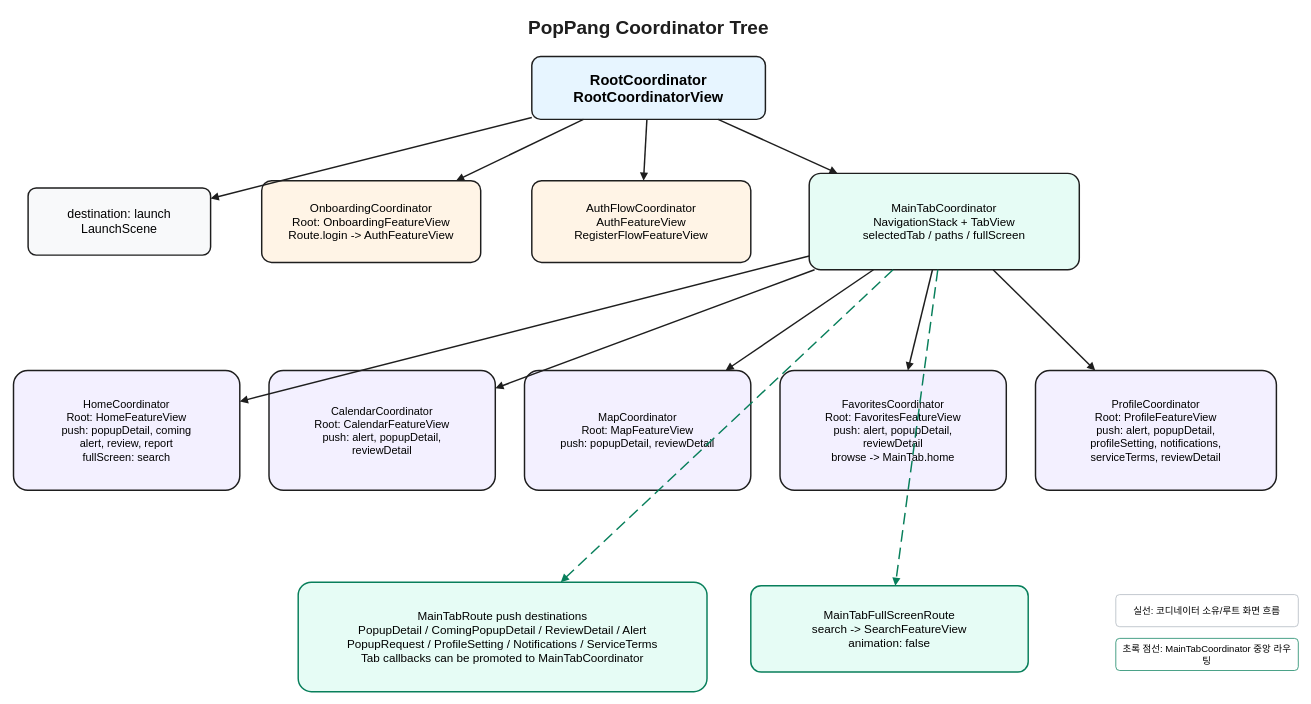
Earlier version of the draw.io diagram CoordinatorTree.drawio (team-PopPang/PopPang-iOS). Source tidied: cells renumbered, new cells numbered last; positions are measured from the earlier drawing's top-left corner, leaving out a move shared by most shapes. Both pictures are drawn from the tidied source at 73%, with x=0, y=0 at pixel (13, 12).
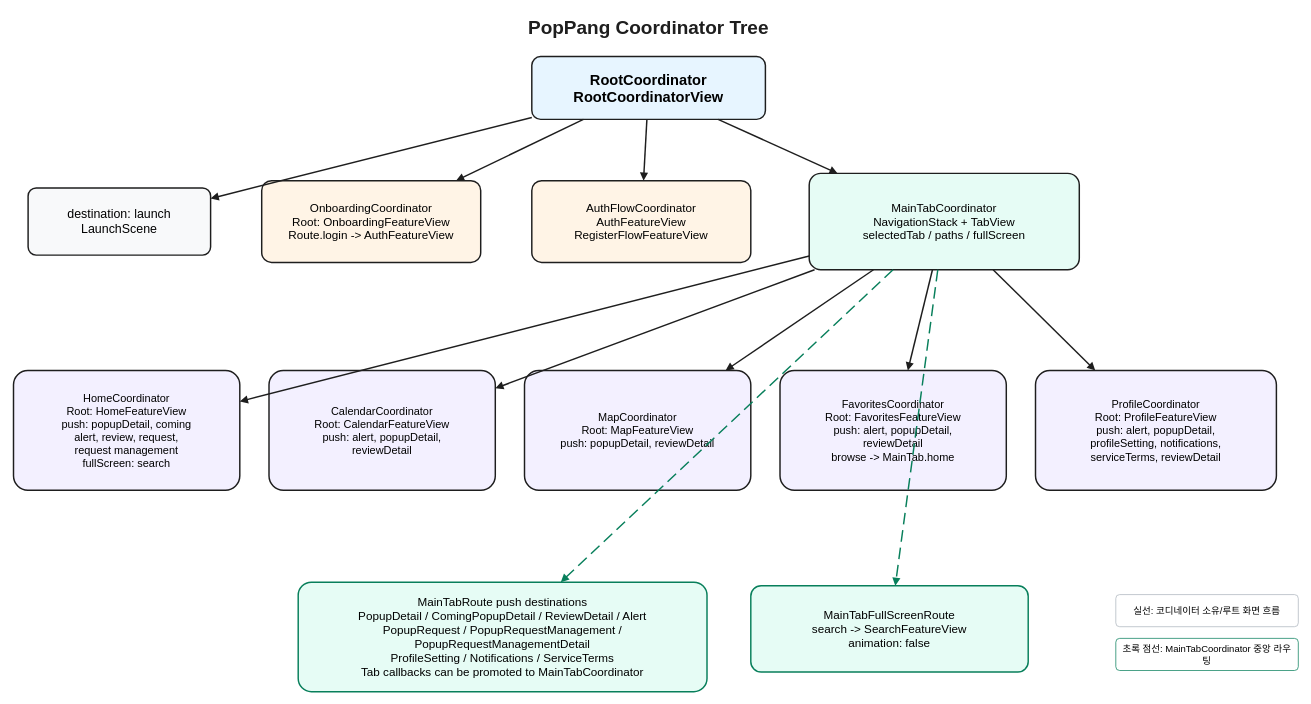
Above is the later version.

Commit message (it also covers changes not shown here):
docs: 코디네이터 다이어그램 라우트 동기화

The edit, as a diff of the source:
```diff
@@
-    <mxCell id="8" value="HomeCoordinator&#10;Root: HomeFeatureView&#10;push: popupDetail, coming&#10;alert, review, report&#10;fullScreen: search" style="rounded=1;whiteSpace=wrap;html=1;fillColor=#F3F0FF;strokeColor=#1E1E1E;strokeWidth=2;fontSize=15;align=center;verticalAlign=middle;spacing=8;arcSize=12;" parent="1" vertex="1">
+    <mxCell id="8" value="HomeCoordinator&#10;Root: HomeFeatureView&#10;push: popupDetail, coming&#10;alert, review, request,&#10;request management&#10;fullScreen: search" style="rounded=1;whiteSpace=wrap;html=1;fillColor=#F3F0FF;strokeColor=#1E1E1E;strokeWidth=2;fontSize=15;align=center;verticalAlign=middle;spacing=8;arcSize=12;" parent="1" vertex="1">
       <mxGeometry y="490" width="310" height="164" as="geometry" />
     </mxCell>
@@
-    <mxCell id="13" value="MainTabRoute push destinations&#10;PopupDetail / ComingPopupDetail / ReviewDetail / Alert&#10;PopupRequest / ProfileSetting / Notifications / ServiceTerms&#10;Tab callbacks can be promoted to MainTabCoordinator" style="rounded=1;whiteSpace=wrap;html=1;fillColor=#E6FCF5;strokeColor=#087F5B;strokeWidth=2;fontSize=16;align=center;verticalAlign=middle;spacing=8;arcSize=12;" parent="1" vertex="1">
+    <mxCell id="13" value="MainTabRoute push destinations&#10;PopupDetail / ComingPopupDetail / ReviewDetail / Alert&#10;PopupRequest / PopupRequestManagement / PopupRequestManagementDetail&#10;ProfileSetting / Notifications / ServiceTerms&#10;Tab callbacks can be promoted to MainTabCoordinator" style="rounded=1;whiteSpace=wrap;html=1;fillColor=#E6FCF5;strokeColor=#087F5B;strokeWidth=2;fontSize=16;align=center;verticalAlign=middle;spacing=8;arcSize=12;" parent="1" vertex="1">
       <mxGeometry x="390" y="780" width="560" height="150" as="geometry" />
     </mxCell>
```
